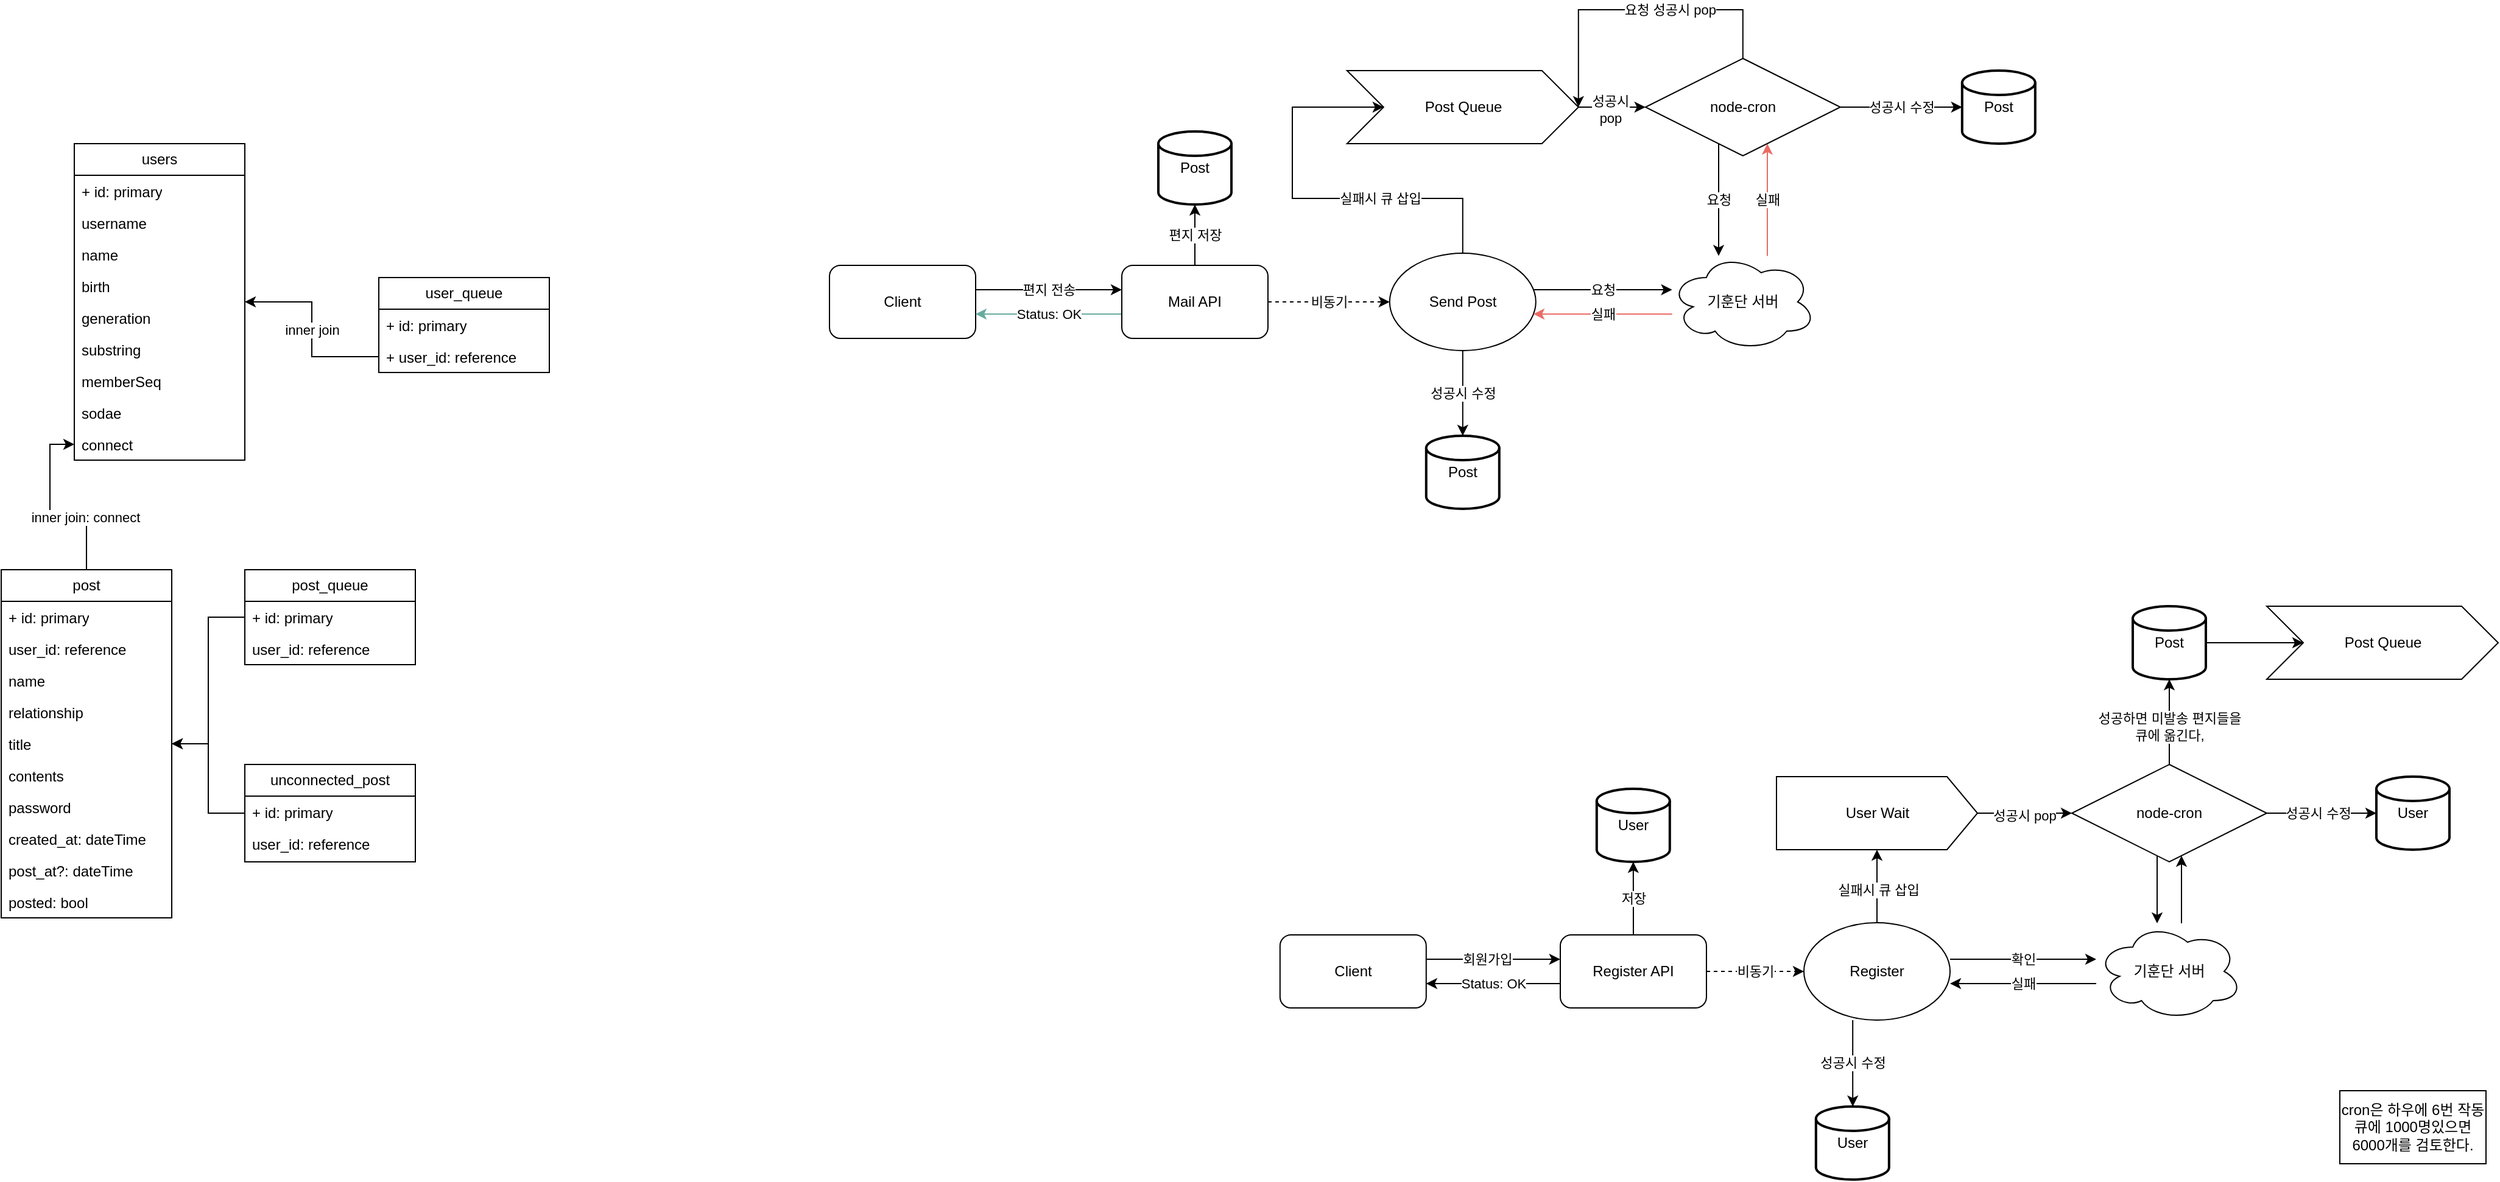
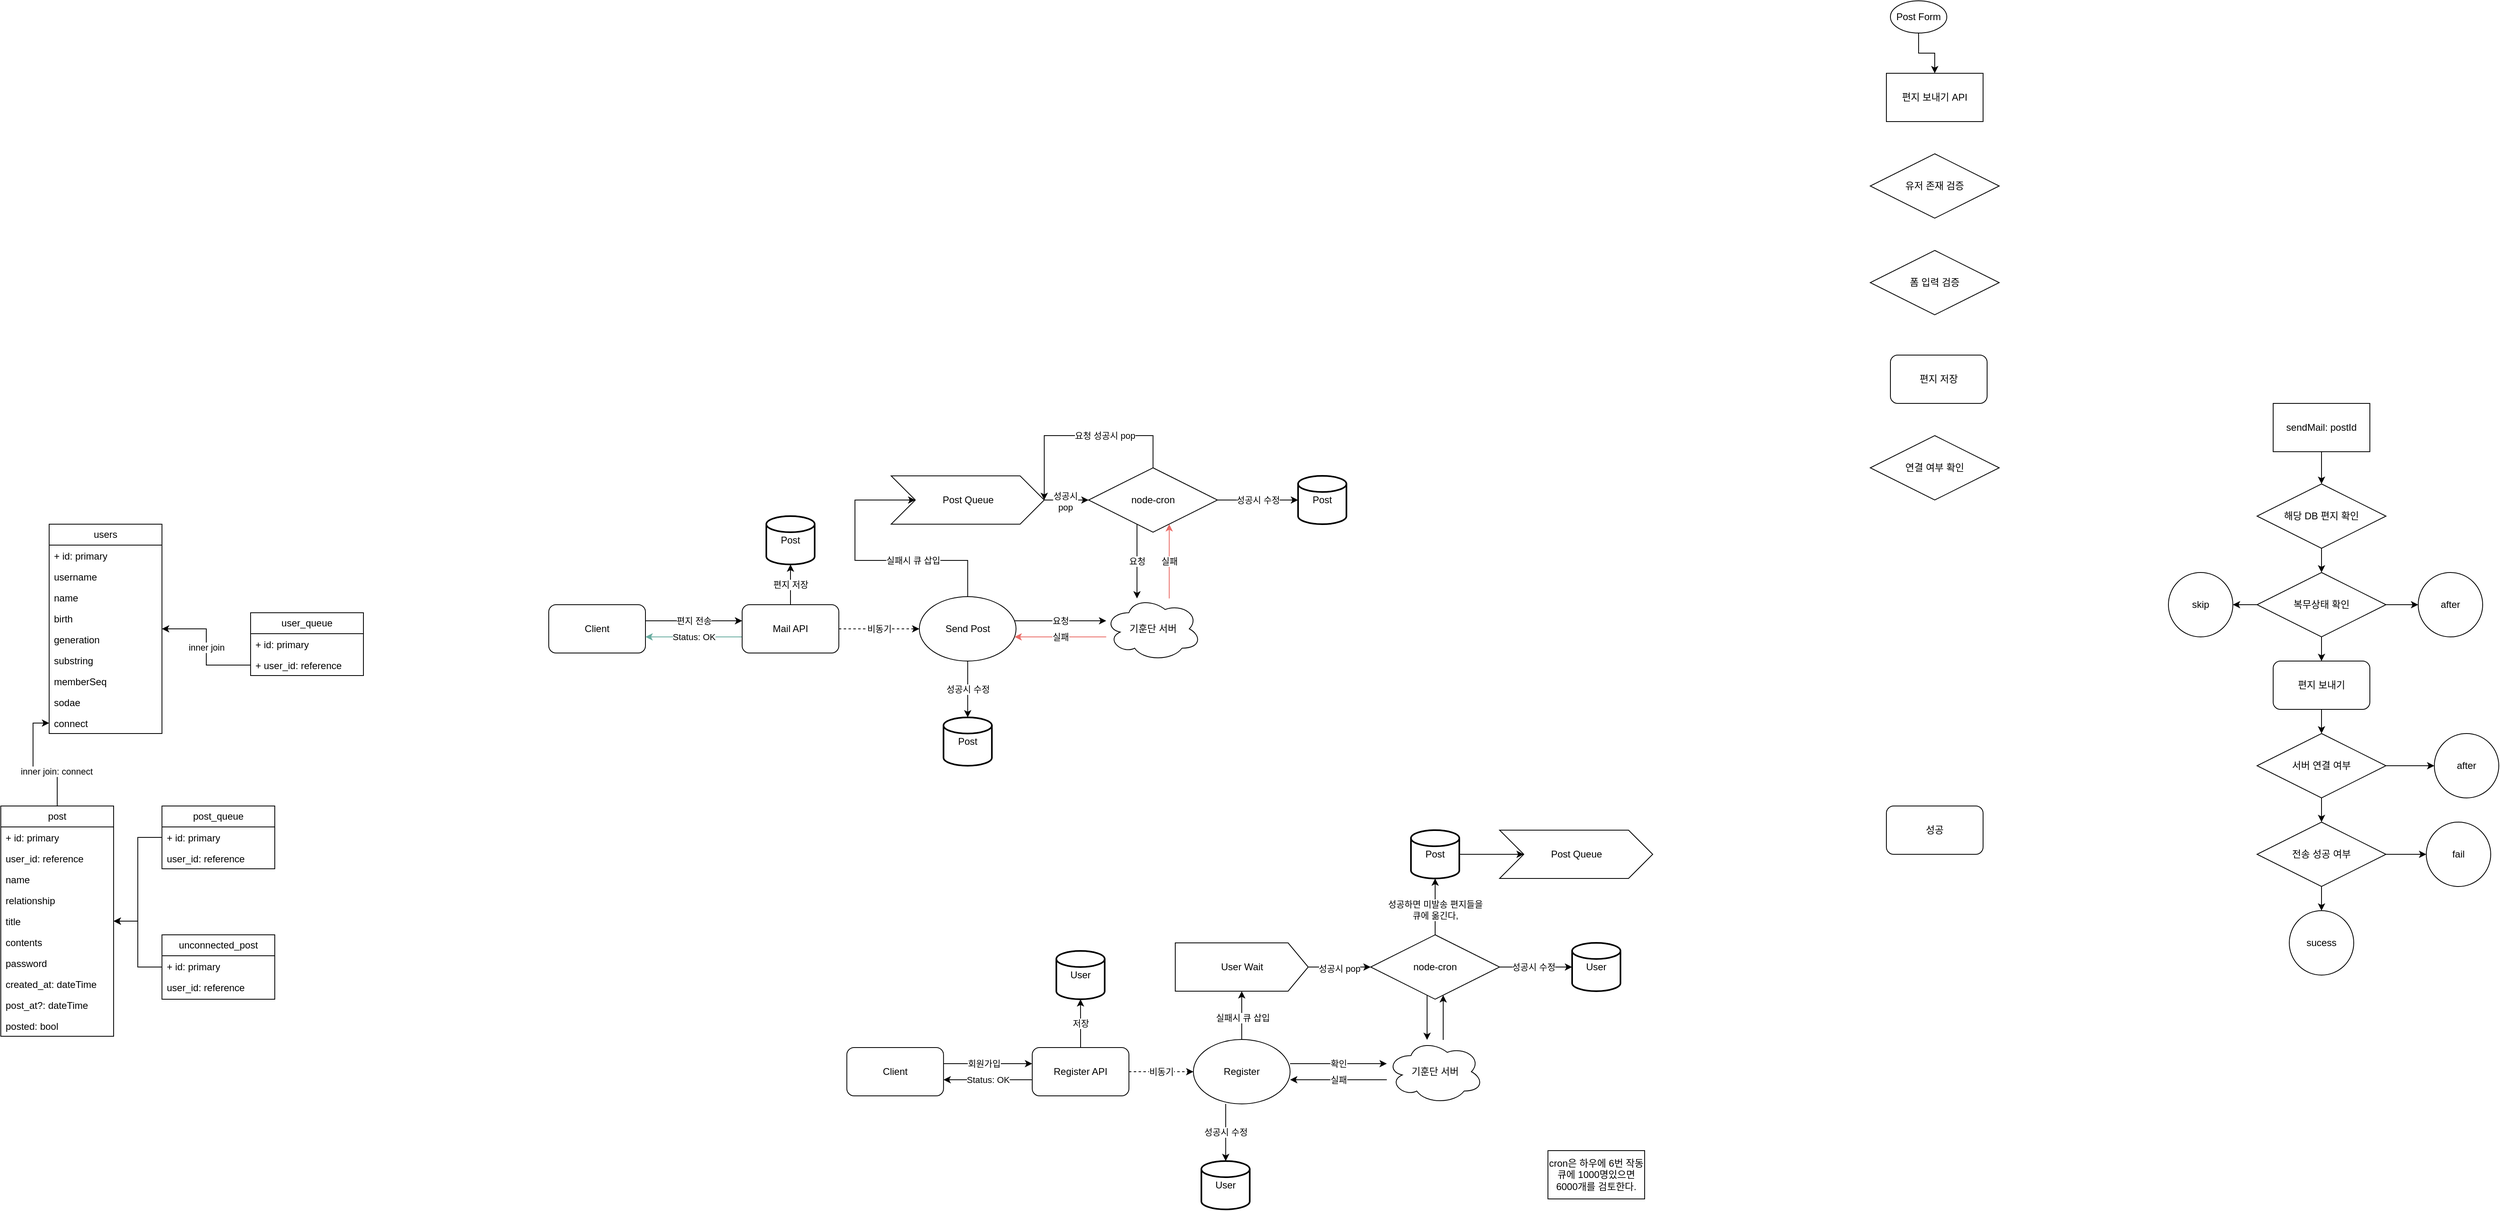
- <mxfile host="app.diagrams.net" modified="2024-04-10T09:48:15.455Z" agent="Mozilla/5.0 (Macintosh; Intel Mac OS X 10_15_7) AppleWebKit/537.36 (KHTML, like Gecko) Chrome/121.0.0.0 Safari/537.36" etag="hpLtYn7P4Uc_0y-dcQHC" version="21.5.0" type="github">
+ <mxfile host="app.diagrams.net" modified="2024-04-18T13:59:40.134Z" agent="Mozilla/5.0 (Windows NT 10.0; Win64; x64) AppleWebKit/537.36 (KHTML, like Gecko) Chrome/104.0.5112.102 Safari/537.36" etag="obDJAI0buS2CK1jTHxvT" version="24.2.5" type="github">
  <diagram name="페이지-1" id="YYIqQqlZSumYDMB_ZiYN">
-     <mxGraphModel dx="1060" dy="673" grid="1" gridSize="10" guides="1" tooltips="1" connect="1" arrows="1" fold="1" page="1" pageScale="1" pageWidth="827" pageHeight="1169" math="0" shadow="0">
+     <mxGraphModel dx="1687" dy="2068" grid="1" gridSize="10" guides="1" tooltips="1" connect="1" arrows="1" fold="1" page="1" pageScale="1" pageWidth="827" pageHeight="1169" math="0" shadow="0">
      <root>
        <mxCell id="0" />
        <mxCell id="1" parent="0" />
        <mxCell id="AZsRamwOxZUp80OkMe_C-2" value="users" style="swimlane;fontStyle=0;childLayout=stackLayout;horizontal=1;startSize=26;fillColor=none;horizontalStack=0;resizeParent=1;resizeParentMax=0;resizeLast=0;collapsible=1;marginBottom=0;whiteSpace=wrap;html=1;" parent="1" vertex="1">
          <mxGeometry x="140" y="250" width="140" height="260" as="geometry" />
        </mxCell>
        <mxCell id="AZsRamwOxZUp80OkMe_C-3" value="+ id: primary" style="text;strokeColor=none;fillColor=none;align=left;verticalAlign=top;spacingLeft=4;spacingRight=4;overflow=hidden;rotatable=0;points=[[0,0.5],[1,0.5]];portConstraint=eastwest;whiteSpace=wrap;html=1;" parent="AZsRamwOxZUp80OkMe_C-2" vertex="1">
          <mxGeometry y="26" width="140" height="26" as="geometry" />
        </mxCell>
        <mxCell id="AZsRamwOxZUp80OkMe_C-4" value="username" style="text;strokeColor=none;fillColor=none;align=left;verticalAlign=top;spacingLeft=4;spacingRight=4;overflow=hidden;rotatable=0;points=[[0,0.5],[1,0.5]];portConstraint=eastwest;whiteSpace=wrap;html=1;" parent="AZsRamwOxZUp80OkMe_C-2" vertex="1">
          <mxGeometry y="52" width="140" height="26" as="geometry" />
        </mxCell>
        <mxCell id="AZsRamwOxZUp80OkMe_C-5" value="name" style="text;strokeColor=none;fillColor=none;align=left;verticalAlign=top;spacingLeft=4;spacingRight=4;overflow=hidden;rotatable=0;points=[[0,0.5],[1,0.5]];portConstraint=eastwest;whiteSpace=wrap;html=1;" parent="AZsRamwOxZUp80OkMe_C-2" vertex="1">
          <mxGeometry y="78" width="140" height="26" as="geometry" />
        </mxCell>
        <mxCell id="AZsRamwOxZUp80OkMe_C-10" value="birth" style="text;strokeColor=none;fillColor=none;align=left;verticalAlign=top;spacingLeft=4;spacingRight=4;overflow=hidden;rotatable=0;points=[[0,0.5],[1,0.5]];portConstraint=eastwest;whiteSpace=wrap;html=1;" parent="AZsRamwOxZUp80OkMe_C-2" vertex="1">
          <mxGeometry y="104" width="140" height="26" as="geometry" />
        </mxCell>
        <mxCell id="AZsRamwOxZUp80OkMe_C-11" value="generation" style="text;strokeColor=none;fillColor=none;align=left;verticalAlign=top;spacingLeft=4;spacingRight=4;overflow=hidden;rotatable=0;points=[[0,0.5],[1,0.5]];portConstraint=eastwest;whiteSpace=wrap;html=1;" parent="AZsRamwOxZUp80OkMe_C-2" vertex="1">
          <mxGeometry y="130" width="140" height="26" as="geometry" />
        </mxCell>
        <mxCell id="AZsRamwOxZUp80OkMe_C-12" value="substring" style="text;strokeColor=none;fillColor=none;align=left;verticalAlign=top;spacingLeft=4;spacingRight=4;overflow=hidden;rotatable=0;points=[[0,0.5],[1,0.5]];portConstraint=eastwest;whiteSpace=wrap;html=1;" parent="AZsRamwOxZUp80OkMe_C-2" vertex="1">
          <mxGeometry y="156" width="140" height="26" as="geometry" />
        </mxCell>
        <mxCell id="AZsRamwOxZUp80OkMe_C-15" value="memberSeq" style="text;strokeColor=none;fillColor=none;align=left;verticalAlign=top;spacingLeft=4;spacingRight=4;overflow=hidden;rotatable=0;points=[[0,0.5],[1,0.5]];portConstraint=eastwest;whiteSpace=wrap;html=1;" parent="AZsRamwOxZUp80OkMe_C-2" vertex="1">
          <mxGeometry y="182" width="140" height="26" as="geometry" />
        </mxCell>
        <mxCell id="AZsRamwOxZUp80OkMe_C-14" value="sodae" style="text;strokeColor=none;fillColor=none;align=left;verticalAlign=top;spacingLeft=4;spacingRight=4;overflow=hidden;rotatable=0;points=[[0,0.5],[1,0.5]];portConstraint=eastwest;whiteSpace=wrap;html=1;" parent="AZsRamwOxZUp80OkMe_C-2" vertex="1">
          <mxGeometry y="208" width="140" height="26" as="geometry" />
        </mxCell>
        <mxCell id="AZsRamwOxZUp80OkMe_C-16" value="connect" style="text;strokeColor=none;fillColor=none;align=left;verticalAlign=top;spacingLeft=4;spacingRight=4;overflow=hidden;rotatable=0;points=[[0,0.5],[1,0.5]];portConstraint=eastwest;whiteSpace=wrap;html=1;" parent="AZsRamwOxZUp80OkMe_C-2" vertex="1">
          <mxGeometry y="234" width="140" height="26" as="geometry" />
        </mxCell>
        <mxCell id="AZsRamwOxZUp80OkMe_C-6" value="user_queue" style="swimlane;fontStyle=0;childLayout=stackLayout;horizontal=1;startSize=26;fillColor=none;horizontalStack=0;resizeParent=1;resizeParentMax=0;resizeLast=0;collapsible=1;marginBottom=0;whiteSpace=wrap;html=1;" parent="1" vertex="1">
          <mxGeometry x="390" y="360" width="140" height="78" as="geometry" />
        </mxCell>
        <mxCell id="AZsRamwOxZUp80OkMe_C-18" value="+ id: primary" style="text;strokeColor=none;fillColor=none;align=left;verticalAlign=top;spacingLeft=4;spacingRight=4;overflow=hidden;rotatable=0;points=[[0,0.5],[1,0.5]];portConstraint=eastwest;whiteSpace=wrap;html=1;" parent="AZsRamwOxZUp80OkMe_C-6" vertex="1">
          <mxGeometry y="26" width="140" height="26" as="geometry" />
        </mxCell>
        <mxCell id="AZsRamwOxZUp80OkMe_C-7" value="+ user_id: reference" style="text;strokeColor=none;fillColor=none;align=left;verticalAlign=top;spacingLeft=4;spacingRight=4;overflow=hidden;rotatable=0;points=[[0,0.5],[1,0.5]];portConstraint=eastwest;whiteSpace=wrap;html=1;" parent="AZsRamwOxZUp80OkMe_C-6" vertex="1">
          <mxGeometry y="52" width="140" height="26" as="geometry" />
        </mxCell>
        <mxCell id="AZsRamwOxZUp80OkMe_C-19" value="inner join" style="edgeStyle=orthogonalEdgeStyle;rounded=0;orthogonalLoop=1;jettySize=auto;html=1;" parent="1" source="AZsRamwOxZUp80OkMe_C-7" target="AZsRamwOxZUp80OkMe_C-2" edge="1">
          <mxGeometry relative="1" as="geometry" />
        </mxCell>
        <mxCell id="F6sanjwA14LKa2ckui42-2" style="edgeStyle=orthogonalEdgeStyle;rounded=0;orthogonalLoop=1;jettySize=auto;html=1;" parent="1" source="AZsRamwOxZUp80OkMe_C-20" target="AZsRamwOxZUp80OkMe_C-16" edge="1">
          <mxGeometry relative="1" as="geometry" />
        </mxCell>
        <mxCell id="F6sanjwA14LKa2ckui42-3" value="inner join: connect" style="edgeLabel;html=1;align=center;verticalAlign=middle;resizable=0;points=[];" parent="F6sanjwA14LKa2ckui42-2" vertex="1" connectable="0">
          <mxGeometry x="-0.4284" y="1" relative="1" as="geometry">
            <mxPoint as="offset" />
          </mxGeometry>
        </mxCell>
        <mxCell id="AZsRamwOxZUp80OkMe_C-20" value="post" style="swimlane;fontStyle=0;childLayout=stackLayout;horizontal=1;startSize=26;fillColor=none;horizontalStack=0;resizeParent=1;resizeParentMax=0;resizeLast=0;collapsible=1;marginBottom=0;whiteSpace=wrap;html=1;" parent="1" vertex="1">
          <mxGeometry x="80" y="600" width="140" height="286" as="geometry" />
        </mxCell>
        <mxCell id="AZsRamwOxZUp80OkMe_C-21" value="+ id: primary" style="text;strokeColor=none;fillColor=none;align=left;verticalAlign=top;spacingLeft=4;spacingRight=4;overflow=hidden;rotatable=0;points=[[0,0.5],[1,0.5]];portConstraint=eastwest;whiteSpace=wrap;html=1;" parent="AZsRamwOxZUp80OkMe_C-20" vertex="1">
          <mxGeometry y="26" width="140" height="26" as="geometry" />
        </mxCell>
        <mxCell id="AZsRamwOxZUp80OkMe_C-22" value="user_id: reference" style="text;strokeColor=none;fillColor=none;align=left;verticalAlign=top;spacingLeft=4;spacingRight=4;overflow=hidden;rotatable=0;points=[[0,0.5],[1,0.5]];portConstraint=eastwest;whiteSpace=wrap;html=1;" parent="AZsRamwOxZUp80OkMe_C-20" vertex="1">
          <mxGeometry y="52" width="140" height="26" as="geometry" />
        </mxCell>
        <mxCell id="AZsRamwOxZUp80OkMe_C-23" value="name" style="text;strokeColor=none;fillColor=none;align=left;verticalAlign=top;spacingLeft=4;spacingRight=4;overflow=hidden;rotatable=0;points=[[0,0.5],[1,0.5]];portConstraint=eastwest;whiteSpace=wrap;html=1;" parent="AZsRamwOxZUp80OkMe_C-20" vertex="1">
          <mxGeometry y="78" width="140" height="26" as="geometry" />
        </mxCell>
        <mxCell id="AZsRamwOxZUp80OkMe_C-24" value="relationship" style="text;strokeColor=none;fillColor=none;align=left;verticalAlign=top;spacingLeft=4;spacingRight=4;overflow=hidden;rotatable=0;points=[[0,0.5],[1,0.5]];portConstraint=eastwest;whiteSpace=wrap;html=1;" parent="AZsRamwOxZUp80OkMe_C-20" vertex="1">
          <mxGeometry y="104" width="140" height="26" as="geometry" />
        </mxCell>
        <mxCell id="AZsRamwOxZUp80OkMe_C-25" value="title" style="text;strokeColor=none;fillColor=none;align=left;verticalAlign=top;spacingLeft=4;spacingRight=4;overflow=hidden;rotatable=0;points=[[0,0.5],[1,0.5]];portConstraint=eastwest;whiteSpace=wrap;html=1;" parent="AZsRamwOxZUp80OkMe_C-20" vertex="1">
          <mxGeometry y="130" width="140" height="26" as="geometry" />
        </mxCell>
        <mxCell id="AZsRamwOxZUp80OkMe_C-26" value="contents" style="text;strokeColor=none;fillColor=none;align=left;verticalAlign=top;spacingLeft=4;spacingRight=4;overflow=hidden;rotatable=0;points=[[0,0.5],[1,0.5]];portConstraint=eastwest;whiteSpace=wrap;html=1;" parent="AZsRamwOxZUp80OkMe_C-20" vertex="1">
          <mxGeometry y="156" width="140" height="26" as="geometry" />
        </mxCell>
        <mxCell id="AZsRamwOxZUp80OkMe_C-27" value="password" style="text;strokeColor=none;fillColor=none;align=left;verticalAlign=top;spacingLeft=4;spacingRight=4;overflow=hidden;rotatable=0;points=[[0,0.5],[1,0.5]];portConstraint=eastwest;whiteSpace=wrap;html=1;" parent="AZsRamwOxZUp80OkMe_C-20" vertex="1">
          <mxGeometry y="182" width="140" height="26" as="geometry" />
        </mxCell>
        <mxCell id="AZsRamwOxZUp80OkMe_C-28" value="created_at: dateTime" style="text;strokeColor=none;fillColor=none;align=left;verticalAlign=top;spacingLeft=4;spacingRight=4;overflow=hidden;rotatable=0;points=[[0,0.5],[1,0.5]];portConstraint=eastwest;whiteSpace=wrap;html=1;" parent="AZsRamwOxZUp80OkMe_C-20" vertex="1">
          <mxGeometry y="208" width="140" height="26" as="geometry" />
        </mxCell>
        <mxCell id="AZsRamwOxZUp80OkMe_C-41" value="post_at?: dateTime" style="text;strokeColor=none;fillColor=none;align=left;verticalAlign=top;spacingLeft=4;spacingRight=4;overflow=hidden;rotatable=0;points=[[0,0.5],[1,0.5]];portConstraint=eastwest;whiteSpace=wrap;html=1;" parent="AZsRamwOxZUp80OkMe_C-20" vertex="1">
          <mxGeometry y="234" width="140" height="26" as="geometry" />
        </mxCell>
        <mxCell id="AZsRamwOxZUp80OkMe_C-42" value="posted: bool" style="text;strokeColor=none;fillColor=none;align=left;verticalAlign=top;spacingLeft=4;spacingRight=4;overflow=hidden;rotatable=0;points=[[0,0.5],[1,0.5]];portConstraint=eastwest;whiteSpace=wrap;html=1;" parent="AZsRamwOxZUp80OkMe_C-20" vertex="1">
          <mxGeometry y="260" width="140" height="26" as="geometry" />
        </mxCell>
        <mxCell id="F6sanjwA14LKa2ckui42-4" style="edgeStyle=orthogonalEdgeStyle;rounded=0;orthogonalLoop=1;jettySize=auto;html=1;" parent="1" source="AZsRamwOxZUp80OkMe_C-30" target="AZsRamwOxZUp80OkMe_C-20" edge="1">
          <mxGeometry relative="1" as="geometry" />
        </mxCell>
        <mxCell id="AZsRamwOxZUp80OkMe_C-30" value="post_queue" style="swimlane;fontStyle=0;childLayout=stackLayout;horizontal=1;startSize=26;fillColor=none;horizontalStack=0;resizeParent=1;resizeParentMax=0;resizeLast=0;collapsible=1;marginBottom=0;whiteSpace=wrap;html=1;" parent="1" vertex="1">
          <mxGeometry x="280" y="600" width="140" height="78" as="geometry" />
        </mxCell>
        <mxCell id="AZsRamwOxZUp80OkMe_C-31" value="+ id: primary" style="text;strokeColor=none;fillColor=none;align=left;verticalAlign=top;spacingLeft=4;spacingRight=4;overflow=hidden;rotatable=0;points=[[0,0.5],[1,0.5]];portConstraint=eastwest;whiteSpace=wrap;html=1;" parent="AZsRamwOxZUp80OkMe_C-30" vertex="1">
          <mxGeometry y="26" width="140" height="26" as="geometry" />
        </mxCell>
        <mxCell id="AZsRamwOxZUp80OkMe_C-32" value="user_id: reference" style="text;strokeColor=none;fillColor=none;align=left;verticalAlign=top;spacingLeft=4;spacingRight=4;overflow=hidden;rotatable=0;points=[[0,0.5],[1,0.5]];portConstraint=eastwest;whiteSpace=wrap;html=1;" parent="AZsRamwOxZUp80OkMe_C-30" vertex="1">
          <mxGeometry y="52" width="140" height="26" as="geometry" />
        </mxCell>
        <mxCell id="F6sanjwA14LKa2ckui42-5" style="edgeStyle=orthogonalEdgeStyle;rounded=0;orthogonalLoop=1;jettySize=auto;html=1;" parent="1" source="AZsRamwOxZUp80OkMe_C-46" target="AZsRamwOxZUp80OkMe_C-20" edge="1">
          <mxGeometry relative="1" as="geometry" />
        </mxCell>
        <mxCell id="AZsRamwOxZUp80OkMe_C-46" value="unconnected_post" style="swimlane;fontStyle=0;childLayout=stackLayout;horizontal=1;startSize=26;fillColor=none;horizontalStack=0;resizeParent=1;resizeParentMax=0;resizeLast=0;collapsible=1;marginBottom=0;whiteSpace=wrap;html=1;" parent="1" vertex="1">
          <mxGeometry x="280" y="760" width="140" height="80" as="geometry" />
        </mxCell>
        <mxCell id="AZsRamwOxZUp80OkMe_C-47" value="+ id: primary" style="text;strokeColor=none;fillColor=none;align=left;verticalAlign=top;spacingLeft=4;spacingRight=4;overflow=hidden;rotatable=0;points=[[0,0.5],[1,0.5]];portConstraint=eastwest;whiteSpace=wrap;html=1;" parent="AZsRamwOxZUp80OkMe_C-46" vertex="1">
          <mxGeometry y="26" width="140" height="26" as="geometry" />
        </mxCell>
        <mxCell id="AZsRamwOxZUp80OkMe_C-48" value="user_id: reference" style="text;strokeColor=none;fillColor=none;align=left;verticalAlign=top;spacingLeft=4;spacingRight=4;overflow=hidden;rotatable=0;points=[[0,0.5],[1,0.5]];portConstraint=eastwest;whiteSpace=wrap;html=1;" parent="AZsRamwOxZUp80OkMe_C-46" vertex="1">
          <mxGeometry y="52" width="140" height="28" as="geometry" />
        </mxCell>
        <mxCell id="TXcI-fBlLuWAS2TPfB02-3" value="요청" style="edgeStyle=orthogonalEdgeStyle;rounded=0;orthogonalLoop=1;jettySize=auto;html=1;" parent="1" source="TXcI-fBlLuWAS2TPfB02-1" target="TXcI-fBlLuWAS2TPfB02-2" edge="1">
          <mxGeometry relative="1" as="geometry">
            <Array as="points">
              <mxPoint x="1389.91" y="370" />
              <mxPoint x="1389.91" y="370" />
            </Array>
          </mxGeometry>
        </mxCell>
        <mxCell id="TXcI-fBlLuWAS2TPfB02-5" value="" style="edgeStyle=orthogonalEdgeStyle;rounded=0;orthogonalLoop=1;jettySize=auto;html=1;entryX=0;entryY=0.5;entryDx=30;entryDy=0;entryPerimeter=0;curved=0;" parent="1" source="TXcI-fBlLuWAS2TPfB02-1" target="TXcI-fBlLuWAS2TPfB02-9" edge="1">
          <mxGeometry relative="1" as="geometry">
            <mxPoint x="1279.91" y="280" as="targetPoint" />
            <Array as="points">
              <mxPoint x="1280" y="295" />
              <mxPoint x="1140" y="295" />
              <mxPoint x="1140" y="220" />
            </Array>
          </mxGeometry>
        </mxCell>
        <mxCell id="TXcI-fBlLuWAS2TPfB02-33" value="실패시 큐 삽입" style="edgeLabel;html=1;align=center;verticalAlign=middle;resizable=0;points=[];" parent="TXcI-fBlLuWAS2TPfB02-5" vertex="1" connectable="0">
          <mxGeometry x="-0.3238" relative="1" as="geometry">
            <mxPoint as="offset" />
          </mxGeometry>
        </mxCell>
        <mxCell id="TXcI-fBlLuWAS2TPfB02-31" value="성공시 수정" style="edgeStyle=orthogonalEdgeStyle;rounded=0;orthogonalLoop=1;jettySize=auto;html=1;" parent="1" source="TXcI-fBlLuWAS2TPfB02-1" target="TXcI-fBlLuWAS2TPfB02-29" edge="1">
          <mxGeometry relative="1" as="geometry">
            <Array as="points" />
            <mxPoint x="1200" y="430" as="targetPoint" />
          </mxGeometry>
        </mxCell>
        <mxCell id="TXcI-fBlLuWAS2TPfB02-1" value="Send Post" style="ellipse;whiteSpace=wrap;html=1;" parent="1" vertex="1">
          <mxGeometry x="1219.91" y="340" width="120" height="80" as="geometry" />
        </mxCell>
        <mxCell id="TXcI-fBlLuWAS2TPfB02-6" value="실패" style="edgeStyle=orthogonalEdgeStyle;rounded=0;orthogonalLoop=1;jettySize=auto;html=1;strokeColor=#EA6B66;" parent="1" source="TXcI-fBlLuWAS2TPfB02-2" target="TXcI-fBlLuWAS2TPfB02-1" edge="1">
          <mxGeometry relative="1" as="geometry">
            <Array as="points">
              <mxPoint x="1389.91" y="390" />
              <mxPoint x="1389.91" y="390" />
            </Array>
          </mxGeometry>
        </mxCell>
        <mxCell id="TXcI-fBlLuWAS2TPfB02-35" value="실패" style="edgeStyle=orthogonalEdgeStyle;rounded=0;orthogonalLoop=1;jettySize=auto;html=1;strokeColor=#EA6B66;" parent="1" source="TXcI-fBlLuWAS2TPfB02-2" target="TXcI-fBlLuWAS2TPfB02-27" edge="1">
          <mxGeometry relative="1" as="geometry">
            <Array as="points">
              <mxPoint x="1530" y="300" />
              <mxPoint x="1530" y="300" />
            </Array>
          </mxGeometry>
        </mxCell>
        <mxCell id="TXcI-fBlLuWAS2TPfB02-2" value="기훈단 서버" style="ellipse;shape=cloud;whiteSpace=wrap;html=1;" parent="1" vertex="1">
          <mxGeometry x="1449.91" y="340" width="120" height="80" as="geometry" />
        </mxCell>
        <mxCell id="TXcI-fBlLuWAS2TPfB02-11" style="edgeStyle=orthogonalEdgeStyle;rounded=0;orthogonalLoop=1;jettySize=auto;html=1;" parent="1" source="TXcI-fBlLuWAS2TPfB02-9" target="TXcI-fBlLuWAS2TPfB02-27" edge="1">
          <mxGeometry relative="1" as="geometry">
            <mxPoint x="1449.9099999999999" y="220" as="targetPoint" />
            <Array as="points" />
          </mxGeometry>
        </mxCell>
-         <mxCell id="y1SOeucjYuMJN-nhCAUV-9" value="성공시&lt;br&gt;pop" style="edgeLabel;html=1;align=center;verticalAlign=middle;resizable=0;points=[];" vertex="1" connectable="0" parent="TXcI-fBlLuWAS2TPfB02-11">
+         <mxCell id="y1SOeucjYuMJN-nhCAUV-9" value="성공시&lt;br&gt;pop" style="edgeLabel;html=1;align=center;verticalAlign=middle;resizable=0;points=[];" parent="TXcI-fBlLuWAS2TPfB02-11" vertex="1" connectable="0">
          <mxGeometry x="-0.0472" y="-2" relative="1" as="geometry">
            <mxPoint as="offset" />
          </mxGeometry>
        </mxCell>
        <mxCell id="TXcI-fBlLuWAS2TPfB02-9" value="Post Queue" style="html=1;shadow=0;dashed=0;align=center;verticalAlign=middle;shape=mxgraph.arrows2.arrow;dy=0;dx=30;notch=30;" parent="1" vertex="1">
          <mxGeometry x="1184.91" y="190" width="190" height="60" as="geometry" />
        </mxCell>
        <mxCell id="TXcI-fBlLuWAS2TPfB02-13" value="요청" style="edgeStyle=orthogonalEdgeStyle;rounded=0;orthogonalLoop=1;jettySize=auto;html=1;" parent="1" source="TXcI-fBlLuWAS2TPfB02-27" target="TXcI-fBlLuWAS2TPfB02-2" edge="1">
          <mxGeometry relative="1" as="geometry">
            <mxPoint x="1509.9099999999999" y="250" as="sourcePoint" />
            <Array as="points">
              <mxPoint x="1490" y="290" />
              <mxPoint x="1490" y="290" />
            </Array>
          </mxGeometry>
        </mxCell>
        <mxCell id="TXcI-fBlLuWAS2TPfB02-15" value="성공시 수정" style="edgeStyle=orthogonalEdgeStyle;rounded=0;orthogonalLoop=1;jettySize=auto;html=1;" parent="1" source="TXcI-fBlLuWAS2TPfB02-27" target="TXcI-fBlLuWAS2TPfB02-14" edge="1">
          <mxGeometry relative="1" as="geometry">
            <mxPoint x="1569.9099999999999" y="220" as="sourcePoint" />
            <Array as="points" />
          </mxGeometry>
        </mxCell>
        <mxCell id="TXcI-fBlLuWAS2TPfB02-14" value="Post" style="strokeWidth=2;html=1;shape=mxgraph.flowchart.database;whiteSpace=wrap;" parent="1" vertex="1">
          <mxGeometry x="1689.91" y="190" width="60" height="60" as="geometry" />
        </mxCell>
        <mxCell id="TXcI-fBlLuWAS2TPfB02-21" value="편지 전송" style="edgeStyle=orthogonalEdgeStyle;rounded=0;orthogonalLoop=1;jettySize=auto;html=1;" parent="1" source="TXcI-fBlLuWAS2TPfB02-19" target="TXcI-fBlLuWAS2TPfB02-22" edge="1">
          <mxGeometry relative="1" as="geometry">
            <mxPoint x="970" y="380" as="targetPoint" />
            <Array as="points">
              <mxPoint x="960" y="370" />
              <mxPoint x="960" y="370" />
            </Array>
          </mxGeometry>
        </mxCell>
        <mxCell id="TXcI-fBlLuWAS2TPfB02-19" value="Client" style="rounded=1;whiteSpace=wrap;html=1;" parent="1" vertex="1">
          <mxGeometry x="760" y="350" width="120" height="60" as="geometry" />
        </mxCell>
        <mxCell id="TXcI-fBlLuWAS2TPfB02-20" value="Post" style="strokeWidth=2;html=1;shape=mxgraph.flowchart.database;whiteSpace=wrap;" parent="1" vertex="1">
          <mxGeometry x="1030" y="240" width="60" height="60" as="geometry" />
        </mxCell>
        <mxCell id="TXcI-fBlLuWAS2TPfB02-23" value="편지 저장" style="edgeStyle=orthogonalEdgeStyle;rounded=0;orthogonalLoop=1;jettySize=auto;html=1;" parent="1" source="TXcI-fBlLuWAS2TPfB02-22" target="TXcI-fBlLuWAS2TPfB02-20" edge="1">
          <mxGeometry relative="1" as="geometry" />
        </mxCell>
        <mxCell id="TXcI-fBlLuWAS2TPfB02-24" value="비동기" style="edgeStyle=orthogonalEdgeStyle;rounded=0;orthogonalLoop=1;jettySize=auto;html=1;dashed=1;" parent="1" source="TXcI-fBlLuWAS2TPfB02-22" target="TXcI-fBlLuWAS2TPfB02-1" edge="1">
          <mxGeometry relative="1" as="geometry" />
        </mxCell>
        <mxCell id="TXcI-fBlLuWAS2TPfB02-26" value="Status: OK" style="edgeStyle=orthogonalEdgeStyle;rounded=0;orthogonalLoop=1;jettySize=auto;html=1;strokeColor=#67AB9F;" parent="1" source="TXcI-fBlLuWAS2TPfB02-22" target="TXcI-fBlLuWAS2TPfB02-19" edge="1">
          <mxGeometry relative="1" as="geometry">
            <Array as="points">
              <mxPoint x="960" y="390" />
              <mxPoint x="960" y="390" />
            </Array>
          </mxGeometry>
        </mxCell>
        <mxCell id="TXcI-fBlLuWAS2TPfB02-22" value="Mail API" style="rounded=1;whiteSpace=wrap;html=1;" parent="1" vertex="1">
          <mxGeometry x="1000" y="350" width="120" height="60" as="geometry" />
        </mxCell>
        <mxCell id="TXcI-fBlLuWAS2TPfB02-37" value="요청 성공시 pop" style="edgeStyle=orthogonalEdgeStyle;rounded=0;orthogonalLoop=1;jettySize=auto;html=1;entryX=1;entryY=0.5;entryDx=0;entryDy=0;entryPerimeter=0;" parent="1" source="TXcI-fBlLuWAS2TPfB02-27" target="TXcI-fBlLuWAS2TPfB02-9" edge="1">
          <mxGeometry x="-0.2165" relative="1" as="geometry">
            <Array as="points">
              <mxPoint x="1510" y="140" />
              <mxPoint x="1375" y="140" />
            </Array>
            <mxPoint as="offset" />
          </mxGeometry>
        </mxCell>
        <mxCell id="TXcI-fBlLuWAS2TPfB02-27" value="node-cron" style="rhombus;whiteSpace=wrap;html=1;" parent="1" vertex="1">
          <mxGeometry x="1429.91" y="180" width="160" height="80" as="geometry" />
        </mxCell>
        <mxCell id="TXcI-fBlLuWAS2TPfB02-29" value="Post" style="strokeWidth=2;html=1;shape=mxgraph.flowchart.database;whiteSpace=wrap;" parent="1" vertex="1">
          <mxGeometry x="1249.91" y="490" width="60" height="60" as="geometry" />
        </mxCell>
        <mxCell id="TXcI-fBlLuWAS2TPfB02-55" value="&lt;span style=&quot;color: rgb(0, 0, 0); font-family: Helvetica; font-size: 11px; font-style: normal; font-variant-ligatures: normal; font-variant-caps: normal; font-weight: 400; letter-spacing: normal; orphans: 2; text-align: center; text-indent: 0px; text-transform: none; white-space: nowrap; widows: 2; word-spacing: 0px; -webkit-text-stroke-width: 0px; background-color: rgb(255, 255, 255); text-decoration-thickness: initial; text-decoration-style: initial; text-decoration-color: initial; display: inline !important; float: none;&quot;&gt;회원가입&lt;/span&gt;" style="edgeStyle=orthogonalEdgeStyle;rounded=0;orthogonalLoop=1;jettySize=auto;html=1;" parent="1" edge="1">
          <mxGeometry x="-0.0893" relative="1" as="geometry">
            <mxPoint x="1249.91" y="920" as="sourcePoint" />
            <mxPoint x="1359.91" y="920" as="targetPoint" />
            <mxPoint as="offset" />
          </mxGeometry>
        </mxCell>
        <mxCell id="TXcI-fBlLuWAS2TPfB02-53" value="Client" style="rounded=1;whiteSpace=wrap;html=1;" parent="1" vertex="1">
          <mxGeometry x="1129.91" y="900" width="120" height="60" as="geometry" />
        </mxCell>
        <mxCell id="TXcI-fBlLuWAS2TPfB02-57" value="비동기" style="edgeStyle=orthogonalEdgeStyle;rounded=0;orthogonalLoop=1;jettySize=auto;html=1;dashed=1;" parent="1" source="TXcI-fBlLuWAS2TPfB02-54" target="TXcI-fBlLuWAS2TPfB02-56" edge="1">
          <mxGeometry relative="1" as="geometry" />
        </mxCell>
        <mxCell id="TXcI-fBlLuWAS2TPfB02-59" value="Status: OK" style="edgeStyle=orthogonalEdgeStyle;rounded=0;orthogonalLoop=1;jettySize=auto;html=1;" parent="1" edge="1">
          <mxGeometry relative="1" as="geometry">
            <mxPoint x="1360" y="940" as="sourcePoint" />
            <mxPoint x="1249.9100000000003" y="940" as="targetPoint" />
          </mxGeometry>
        </mxCell>
        <mxCell id="TXcI-fBlLuWAS2TPfB02-65" value="저장" style="edgeStyle=orthogonalEdgeStyle;rounded=0;orthogonalLoop=1;jettySize=auto;html=1;" parent="1" source="TXcI-fBlLuWAS2TPfB02-54" target="TXcI-fBlLuWAS2TPfB02-64" edge="1">
          <mxGeometry relative="1" as="geometry" />
        </mxCell>
        <mxCell id="TXcI-fBlLuWAS2TPfB02-54" value="Register API" style="rounded=1;whiteSpace=wrap;html=1;" parent="1" vertex="1">
          <mxGeometry x="1360" y="900" width="120" height="60" as="geometry" />
        </mxCell>
        <mxCell id="TXcI-fBlLuWAS2TPfB02-67" value="확인" style="edgeStyle=orthogonalEdgeStyle;rounded=0;orthogonalLoop=1;jettySize=auto;html=1;" parent="1" edge="1">
          <mxGeometry relative="1" as="geometry">
            <mxPoint x="1680" y="920" as="sourcePoint" />
            <mxPoint x="1800" y="920" as="targetPoint" />
          </mxGeometry>
        </mxCell>
        <mxCell id="TXcI-fBlLuWAS2TPfB02-69" style="edgeStyle=orthogonalEdgeStyle;rounded=0;orthogonalLoop=1;jettySize=auto;html=1;" parent="1" source="TXcI-fBlLuWAS2TPfB02-56" target="TXcI-fBlLuWAS2TPfB02-61" edge="1">
          <mxGeometry relative="1" as="geometry" />
        </mxCell>
-         <mxCell id="y1SOeucjYuMJN-nhCAUV-7" value="실패시 큐 삽입" style="edgeLabel;html=1;align=center;verticalAlign=middle;resizable=0;points=[];" vertex="1" connectable="0" parent="TXcI-fBlLuWAS2TPfB02-69">
+         <mxCell id="y1SOeucjYuMJN-nhCAUV-7" value="실패시 큐 삽입" style="edgeLabel;html=1;align=center;verticalAlign=middle;resizable=0;points=[];" parent="TXcI-fBlLuWAS2TPfB02-69" vertex="1" connectable="0">
          <mxGeometry x="-0.1037" y="-1" relative="1" as="geometry">
            <mxPoint as="offset" />
          </mxGeometry>
        </mxCell>
        <mxCell id="TXcI-fBlLuWAS2TPfB02-56" value="Register" style="ellipse;whiteSpace=wrap;html=1;" parent="1" vertex="1">
          <mxGeometry x="1560" y="890" width="120" height="80" as="geometry" />
        </mxCell>
        <mxCell id="TXcI-fBlLuWAS2TPfB02-73" style="edgeStyle=orthogonalEdgeStyle;rounded=0;orthogonalLoop=1;jettySize=auto;html=1;" parent="1" source="TXcI-fBlLuWAS2TPfB02-60" edge="1">
          <mxGeometry relative="1" as="geometry">
            <mxPoint x="1860" y="690" as="targetPoint" />
          </mxGeometry>
        </mxCell>
-         <mxCell id="y1SOeucjYuMJN-nhCAUV-5" value="성공하면 미발송 편지들을&lt;br&gt;큐에 옮긴다," style="edgeLabel;html=1;align=center;verticalAlign=middle;resizable=0;points=[];" vertex="1" connectable="0" parent="TXcI-fBlLuWAS2TPfB02-73">
+         <mxCell id="y1SOeucjYuMJN-nhCAUV-5" value="성공하면 미발송 편지들을&lt;br&gt;큐에 옮긴다," style="edgeLabel;html=1;align=center;verticalAlign=middle;resizable=0;points=[];" parent="TXcI-fBlLuWAS2TPfB02-73" vertex="1" connectable="0">
          <mxGeometry x="-0.1119" relative="1" as="geometry">
            <mxPoint as="offset" />
          </mxGeometry>
        </mxCell>
        <mxCell id="TXcI-fBlLuWAS2TPfB02-74" style="edgeStyle=orthogonalEdgeStyle;rounded=0;orthogonalLoop=1;jettySize=auto;html=1;" parent="1" source="TXcI-fBlLuWAS2TPfB02-60" target="TXcI-fBlLuWAS2TPfB02-66" edge="1">
          <mxGeometry relative="1" as="geometry">
            <Array as="points">
              <mxPoint x="1850" y="860" />
              <mxPoint x="1850" y="860" />
            </Array>
          </mxGeometry>
        </mxCell>
        <mxCell id="TXcI-fBlLuWAS2TPfB02-79" style="edgeStyle=orthogonalEdgeStyle;rounded=0;orthogonalLoop=1;jettySize=auto;html=1;" parent="1" source="TXcI-fBlLuWAS2TPfB02-60" target="TXcI-fBlLuWAS2TPfB02-78" edge="1">
          <mxGeometry relative="1" as="geometry" />
        </mxCell>
-         <mxCell id="y1SOeucjYuMJN-nhCAUV-6" value="성공시 수정" style="edgeLabel;html=1;align=center;verticalAlign=middle;resizable=0;points=[];" vertex="1" connectable="0" parent="TXcI-fBlLuWAS2TPfB02-79">
+         <mxCell id="y1SOeucjYuMJN-nhCAUV-6" value="성공시 수정" style="edgeLabel;html=1;align=center;verticalAlign=middle;resizable=0;points=[];" parent="TXcI-fBlLuWAS2TPfB02-79" vertex="1" connectable="0">
          <mxGeometry x="-0.0667" relative="1" as="geometry">
            <mxPoint as="offset" />
          </mxGeometry>
        </mxCell>
        <mxCell id="TXcI-fBlLuWAS2TPfB02-60" value="node-cron" style="rhombus;whiteSpace=wrap;html=1;" parent="1" vertex="1">
          <mxGeometry x="1780" y="760" width="160" height="80" as="geometry" />
        </mxCell>
        <mxCell id="TXcI-fBlLuWAS2TPfB02-71" style="edgeStyle=orthogonalEdgeStyle;rounded=0;orthogonalLoop=1;jettySize=auto;html=1;" parent="1" source="TXcI-fBlLuWAS2TPfB02-61" target="TXcI-fBlLuWAS2TPfB02-60" edge="1">
          <mxGeometry relative="1" as="geometry" />
        </mxCell>
-         <mxCell id="y1SOeucjYuMJN-nhCAUV-8" value="성공시 pop" style="edgeLabel;html=1;align=center;verticalAlign=middle;resizable=0;points=[];" vertex="1" connectable="0" parent="TXcI-fBlLuWAS2TPfB02-71">
+         <mxCell id="y1SOeucjYuMJN-nhCAUV-8" value="성공시 pop" style="edgeLabel;html=1;align=center;verticalAlign=middle;resizable=0;points=[];" parent="TXcI-fBlLuWAS2TPfB02-71" vertex="1" connectable="0">
          <mxGeometry x="-0.0036" y="-2" relative="1" as="geometry">
            <mxPoint as="offset" />
          </mxGeometry>
        </mxCell>
        <mxCell id="TXcI-fBlLuWAS2TPfB02-61" value="User Wait" style="html=1;shadow=0;dashed=0;align=center;verticalAlign=middle;shape=mxgraph.arrows2.arrow;dy=0;dx=25;notch=0;" parent="1" vertex="1">
          <mxGeometry x="1537.5" y="770" width="165" height="60" as="geometry" />
        </mxCell>
        <mxCell id="TXcI-fBlLuWAS2TPfB02-62" value="성공시 수정" style="edgeStyle=orthogonalEdgeStyle;rounded=0;orthogonalLoop=1;jettySize=auto;html=1;" parent="1" target="TXcI-fBlLuWAS2TPfB02-63" edge="1">
          <mxGeometry relative="1" as="geometry">
            <mxPoint x="1600.09" y="970" as="sourcePoint" />
            <Array as="points">
              <mxPoint x="1600" y="1040" />
              <mxPoint x="1600" y="1040" />
            </Array>
          </mxGeometry>
        </mxCell>
        <mxCell id="TXcI-fBlLuWAS2TPfB02-63" value="User" style="strokeWidth=2;html=1;shape=mxgraph.flowchart.database;whiteSpace=wrap;" parent="1" vertex="1">
          <mxGeometry x="1569.91" y="1041" width="60" height="60" as="geometry" />
        </mxCell>
        <mxCell id="TXcI-fBlLuWAS2TPfB02-64" value="User" style="strokeWidth=2;html=1;shape=mxgraph.flowchart.database;whiteSpace=wrap;" parent="1" vertex="1">
          <mxGeometry x="1389.91" y="780" width="60" height="60" as="geometry" />
        </mxCell>
        <mxCell id="TXcI-fBlLuWAS2TPfB02-68" value="실패" style="edgeStyle=orthogonalEdgeStyle;rounded=0;orthogonalLoop=1;jettySize=auto;html=1;" parent="1" edge="1">
          <mxGeometry relative="1" as="geometry">
            <mxPoint x="1800" y="940" as="sourcePoint" />
            <mxPoint x="1680" y="940" as="targetPoint" />
          </mxGeometry>
        </mxCell>
        <mxCell id="TXcI-fBlLuWAS2TPfB02-75" style="edgeStyle=orthogonalEdgeStyle;rounded=0;orthogonalLoop=1;jettySize=auto;html=1;" parent="1" source="TXcI-fBlLuWAS2TPfB02-66" target="TXcI-fBlLuWAS2TPfB02-60" edge="1">
          <mxGeometry relative="1" as="geometry">
            <Array as="points">
              <mxPoint x="1870" y="870" />
              <mxPoint x="1870" y="870" />
            </Array>
          </mxGeometry>
        </mxCell>
        <mxCell id="TXcI-fBlLuWAS2TPfB02-66" value="기훈단 서버" style="ellipse;shape=cloud;whiteSpace=wrap;html=1;" parent="1" vertex="1">
          <mxGeometry x="1800" y="890" width="120" height="80" as="geometry" />
        </mxCell>
        <mxCell id="TXcI-fBlLuWAS2TPfB02-76" value="Post Queue" style="html=1;shadow=0;dashed=0;align=center;verticalAlign=middle;shape=mxgraph.arrows2.arrow;dy=0;dx=30;notch=30;" parent="1" vertex="1">
          <mxGeometry x="1940" y="630" width="190" height="60" as="geometry" />
        </mxCell>
        <mxCell id="TXcI-fBlLuWAS2TPfB02-78" value="User" style="strokeWidth=2;html=1;shape=mxgraph.flowchart.database;whiteSpace=wrap;" parent="1" vertex="1">
          <mxGeometry x="2030" y="770" width="60" height="60" as="geometry" />
        </mxCell>
        <mxCell id="TXcI-fBlLuWAS2TPfB02-81" value="cron은 하우에 6번 작동&lt;div&gt;큐에 1000명있으면&lt;/div&gt;&lt;div&gt;6000개를 검토한다.&lt;/div&gt;" style="whiteSpace=wrap;html=1;" parent="1" vertex="1">
          <mxGeometry x="2000" y="1028" width="120" height="60" as="geometry" />
        </mxCell>
-         <mxCell id="y1SOeucjYuMJN-nhCAUV-4" style="edgeStyle=orthogonalEdgeStyle;rounded=0;orthogonalLoop=1;jettySize=auto;html=1;entryX=0;entryY=0.5;entryDx=30;entryDy=0;entryPerimeter=0;" edge="1" parent="1" source="y1SOeucjYuMJN-nhCAUV-2" target="TXcI-fBlLuWAS2TPfB02-76">
-           <mxGeometry relative="1" as="geometry" />
-         </mxCell>
-         <mxCell id="y1SOeucjYuMJN-nhCAUV-2" value="Post" style="strokeWidth=2;html=1;shape=mxgraph.flowchart.database;whiteSpace=wrap;" vertex="1" parent="1">
+         <mxCell id="y1SOeucjYuMJN-nhCAUV-4" style="edgeStyle=orthogonalEdgeStyle;rounded=0;orthogonalLoop=1;jettySize=auto;html=1;entryX=0;entryY=0.5;entryDx=30;entryDy=0;entryPerimeter=0;" parent="1" source="y1SOeucjYuMJN-nhCAUV-2" target="TXcI-fBlLuWAS2TPfB02-76" edge="1">
+           <mxGeometry relative="1" as="geometry" />
+         </mxCell>
+         <mxCell id="y1SOeucjYuMJN-nhCAUV-2" value="Post" style="strokeWidth=2;html=1;shape=mxgraph.flowchart.database;whiteSpace=wrap;" parent="1" vertex="1">
          <mxGeometry x="1830" y="630" width="60" height="60" as="geometry" />
+         </mxCell>
+         <mxCell id="6U6_2w2MqQ0kD7e6yzDg-1" value="편지 보내기 API" style="rounded=0;whiteSpace=wrap;html=1;" vertex="1" parent="1">
+           <mxGeometry x="2420" y="-310" width="120" height="60" as="geometry" />
+         </mxCell>
+         <mxCell id="6U6_2w2MqQ0kD7e6yzDg-3" style="edgeStyle=orthogonalEdgeStyle;rounded=0;orthogonalLoop=1;jettySize=auto;html=1;" edge="1" parent="1" source="6U6_2w2MqQ0kD7e6yzDg-2" target="6U6_2w2MqQ0kD7e6yzDg-1">
+           <mxGeometry relative="1" as="geometry" />
+         </mxCell>
+         <mxCell id="6U6_2w2MqQ0kD7e6yzDg-2" value="Post Form" style="ellipse;whiteSpace=wrap;html=1;" vertex="1" parent="1">
+           <mxGeometry x="2425" y="-400" width="70" height="40" as="geometry" />
+         </mxCell>
+         <mxCell id="6U6_2w2MqQ0kD7e6yzDg-4" value="유저 존재 검증" style="rhombus;whiteSpace=wrap;html=1;" vertex="1" parent="1">
+           <mxGeometry x="2400" y="-210" width="160" height="80" as="geometry" />
+         </mxCell>
+         <mxCell id="6U6_2w2MqQ0kD7e6yzDg-5" value="폼 입력 검증" style="rhombus;whiteSpace=wrap;html=1;" vertex="1" parent="1">
+           <mxGeometry x="2400" y="-90" width="160" height="80" as="geometry" />
+         </mxCell>
+         <mxCell id="6U6_2w2MqQ0kD7e6yzDg-6" value="편지 저장" style="rounded=1;whiteSpace=wrap;html=1;" vertex="1" parent="1">
+           <mxGeometry x="2425" y="40" width="120" height="60" as="geometry" />
+         </mxCell>
+         <mxCell id="6U6_2w2MqQ0kD7e6yzDg-7" value="연결 여부 확인" style="rhombus;whiteSpace=wrap;html=1;" vertex="1" parent="1">
+           <mxGeometry x="2400" y="140" width="160" height="80" as="geometry" />
+         </mxCell>
+         <mxCell id="6U6_2w2MqQ0kD7e6yzDg-30" style="edgeStyle=orthogonalEdgeStyle;rounded=0;orthogonalLoop=1;jettySize=auto;html=1;" edge="1" parent="1" source="6U6_2w2MqQ0kD7e6yzDg-10" target="6U6_2w2MqQ0kD7e6yzDg-40">
+           <mxGeometry relative="1" as="geometry">
+             <mxPoint x="2960" y="410" as="targetPoint" />
+             <Array as="points" />
+           </mxGeometry>
+         </mxCell>
+         <mxCell id="6U6_2w2MqQ0kD7e6yzDg-31" style="edgeStyle=orthogonalEdgeStyle;rounded=0;orthogonalLoop=1;jettySize=auto;html=1;" edge="1" parent="1" source="6U6_2w2MqQ0kD7e6yzDg-10" target="6U6_2w2MqQ0kD7e6yzDg-22">
+           <mxGeometry relative="1" as="geometry" />
+         </mxCell>
+         <mxCell id="6U6_2w2MqQ0kD7e6yzDg-33" style="edgeStyle=orthogonalEdgeStyle;rounded=0;orthogonalLoop=1;jettySize=auto;html=1;" edge="1" parent="1" source="6U6_2w2MqQ0kD7e6yzDg-10" target="6U6_2w2MqQ0kD7e6yzDg-32">
+           <mxGeometry relative="1" as="geometry" />
+         </mxCell>
+         <mxCell id="6U6_2w2MqQ0kD7e6yzDg-10" value="복무상태 확인" style="rhombus;whiteSpace=wrap;html=1;" vertex="1" parent="1">
+           <mxGeometry x="2880" y="310" width="160" height="80" as="geometry" />
+         </mxCell>
+         <mxCell id="6U6_2w2MqQ0kD7e6yzDg-35" style="edgeStyle=orthogonalEdgeStyle;rounded=0;orthogonalLoop=1;jettySize=auto;html=1;" edge="1" parent="1" source="6U6_2w2MqQ0kD7e6yzDg-11" target="6U6_2w2MqQ0kD7e6yzDg-34">
+           <mxGeometry relative="1" as="geometry" />
+         </mxCell>
+         <mxCell id="6U6_2w2MqQ0kD7e6yzDg-39" style="edgeStyle=orthogonalEdgeStyle;rounded=0;orthogonalLoop=1;jettySize=auto;html=1;" edge="1" parent="1" source="6U6_2w2MqQ0kD7e6yzDg-11" target="6U6_2w2MqQ0kD7e6yzDg-36">
+           <mxGeometry relative="1" as="geometry" />
+         </mxCell>
+         <mxCell id="6U6_2w2MqQ0kD7e6yzDg-11" value="서버 연결 여부" style="rhombus;whiteSpace=wrap;html=1;" vertex="1" parent="1">
+           <mxGeometry x="2880" y="510" width="160" height="80" as="geometry" />
+         </mxCell>
+         <mxCell id="6U6_2w2MqQ0kD7e6yzDg-12" value="성공" style="rounded=1;whiteSpace=wrap;html=1;" vertex="1" parent="1">
+           <mxGeometry x="2420" y="600" width="120" height="60" as="geometry" />
+         </mxCell>
+         <mxCell id="6U6_2w2MqQ0kD7e6yzDg-16" style="edgeStyle=orthogonalEdgeStyle;rounded=0;orthogonalLoop=1;jettySize=auto;html=1;" edge="1" parent="1" source="6U6_2w2MqQ0kD7e6yzDg-13" target="6U6_2w2MqQ0kD7e6yzDg-15">
+           <mxGeometry relative="1" as="geometry" />
+         </mxCell>
+         <mxCell id="6U6_2w2MqQ0kD7e6yzDg-13" value="sendMail: postId" style="rounded=0;whiteSpace=wrap;html=1;" vertex="1" parent="1">
+           <mxGeometry x="2900" y="100" width="120" height="60" as="geometry" />
+         </mxCell>
+         <mxCell id="6U6_2w2MqQ0kD7e6yzDg-17" style="edgeStyle=orthogonalEdgeStyle;rounded=0;orthogonalLoop=1;jettySize=auto;html=1;" edge="1" parent="1" source="6U6_2w2MqQ0kD7e6yzDg-15" target="6U6_2w2MqQ0kD7e6yzDg-10">
+           <mxGeometry relative="1" as="geometry" />
+         </mxCell>
+         <mxCell id="6U6_2w2MqQ0kD7e6yzDg-15" value="해당 DB 편지 확인" style="rhombus;whiteSpace=wrap;html=1;" vertex="1" parent="1">
+           <mxGeometry x="2880" y="200" width="160" height="80" as="geometry" />
+         </mxCell>
+         <mxCell id="6U6_2w2MqQ0kD7e6yzDg-22" value="after" style="ellipse;whiteSpace=wrap;html=1;aspect=fixed;" vertex="1" parent="1">
+           <mxGeometry x="3080" y="310" width="80" height="80" as="geometry" />
+         </mxCell>
+         <mxCell id="6U6_2w2MqQ0kD7e6yzDg-23" value="sucess" style="ellipse;whiteSpace=wrap;html=1;aspect=fixed;" vertex="1" parent="1">
+           <mxGeometry x="2920" y="730" width="80" height="80" as="geometry" />
+         </mxCell>
+         <mxCell id="6U6_2w2MqQ0kD7e6yzDg-25" value="fail" style="ellipse;whiteSpace=wrap;html=1;aspect=fixed;" vertex="1" parent="1">
+           <mxGeometry x="3090" y="620" width="80" height="80" as="geometry" />
+         </mxCell>
+         <mxCell id="6U6_2w2MqQ0kD7e6yzDg-32" value="skip" style="ellipse;whiteSpace=wrap;html=1;aspect=fixed;" vertex="1" parent="1">
+           <mxGeometry x="2770" y="310" width="80" height="80" as="geometry" />
+         </mxCell>
+         <mxCell id="6U6_2w2MqQ0kD7e6yzDg-34" value="after" style="ellipse;whiteSpace=wrap;html=1;aspect=fixed;" vertex="1" parent="1">
+           <mxGeometry x="3100" y="510" width="80" height="80" as="geometry" />
+         </mxCell>
+         <mxCell id="6U6_2w2MqQ0kD7e6yzDg-37" style="edgeStyle=orthogonalEdgeStyle;rounded=0;orthogonalLoop=1;jettySize=auto;html=1;" edge="1" parent="1" source="6U6_2w2MqQ0kD7e6yzDg-36" target="6U6_2w2MqQ0kD7e6yzDg-25">
+           <mxGeometry relative="1" as="geometry" />
+         </mxCell>
+         <mxCell id="6U6_2w2MqQ0kD7e6yzDg-38" style="edgeStyle=orthogonalEdgeStyle;rounded=0;orthogonalLoop=1;jettySize=auto;html=1;" edge="1" parent="1" source="6U6_2w2MqQ0kD7e6yzDg-36" target="6U6_2w2MqQ0kD7e6yzDg-23">
+           <mxGeometry relative="1" as="geometry" />
+         </mxCell>
+         <mxCell id="6U6_2w2MqQ0kD7e6yzDg-36" value="전송 성공 여부" style="rhombus;whiteSpace=wrap;html=1;" vertex="1" parent="1">
+           <mxGeometry x="2880" y="620" width="160" height="80" as="geometry" />
+         </mxCell>
+         <mxCell id="6U6_2w2MqQ0kD7e6yzDg-42" style="edgeStyle=orthogonalEdgeStyle;rounded=0;orthogonalLoop=1;jettySize=auto;html=1;" edge="1" parent="1" source="6U6_2w2MqQ0kD7e6yzDg-40" target="6U6_2w2MqQ0kD7e6yzDg-11">
+           <mxGeometry relative="1" as="geometry" />
+         </mxCell>
+         <mxCell id="6U6_2w2MqQ0kD7e6yzDg-40" value="편지 보내기" style="rounded=1;whiteSpace=wrap;html=1;" vertex="1" parent="1">
+           <mxGeometry x="2900" y="420" width="120" height="60" as="geometry" />
        </mxCell>
      </root>
    </mxGraphModel>
  </diagram>
</mxfile>
